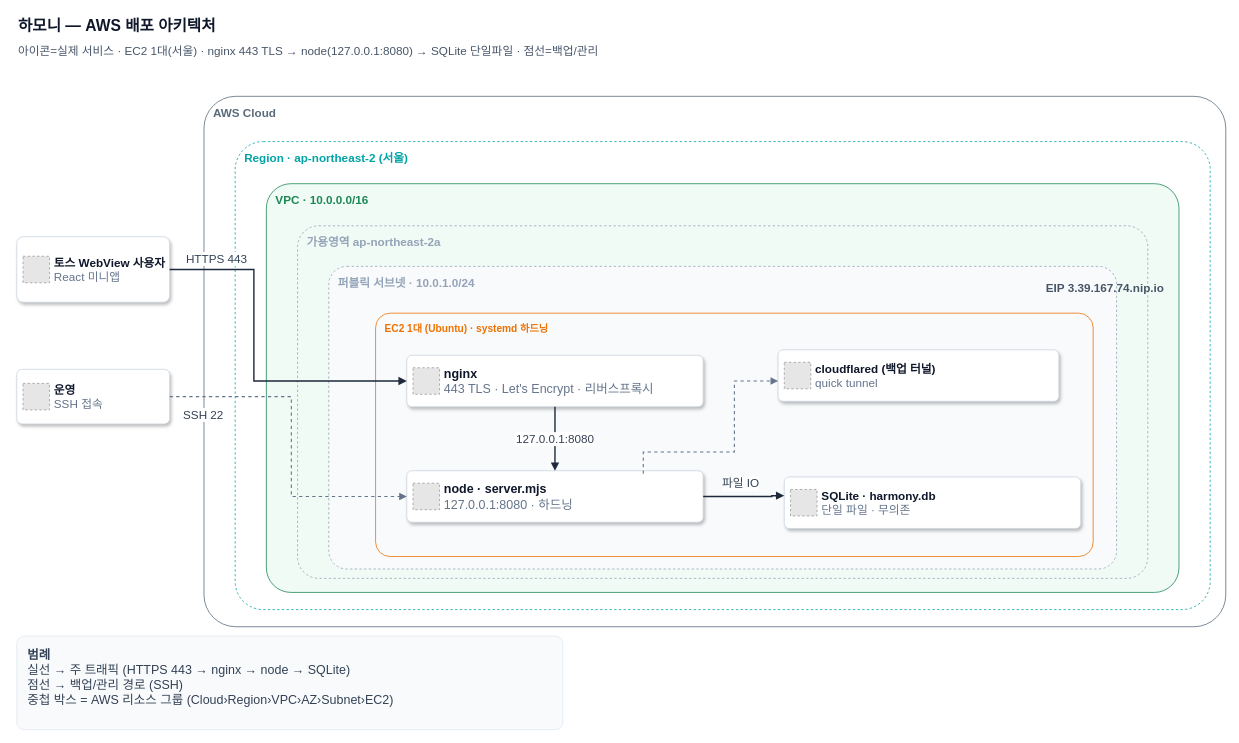
Appintos-Harmony/appintoss-meetup keeps this draw.io diagram as 산출물/04_시스템설계/하모니_AWS_배포_아키텍처.drawio. Above is the earlier version. Source tidied: cells renumbered, new cells numbered last; positions are measured from the earlier drawing's top-left corner, leaving out a move shared by most shapes. Both pictures are drawn from the tidied source at 78%, with x=0, y=0 at pixel (16, 13). Pictures stored in the file or linked from it are replaced by grey dashed boxes.
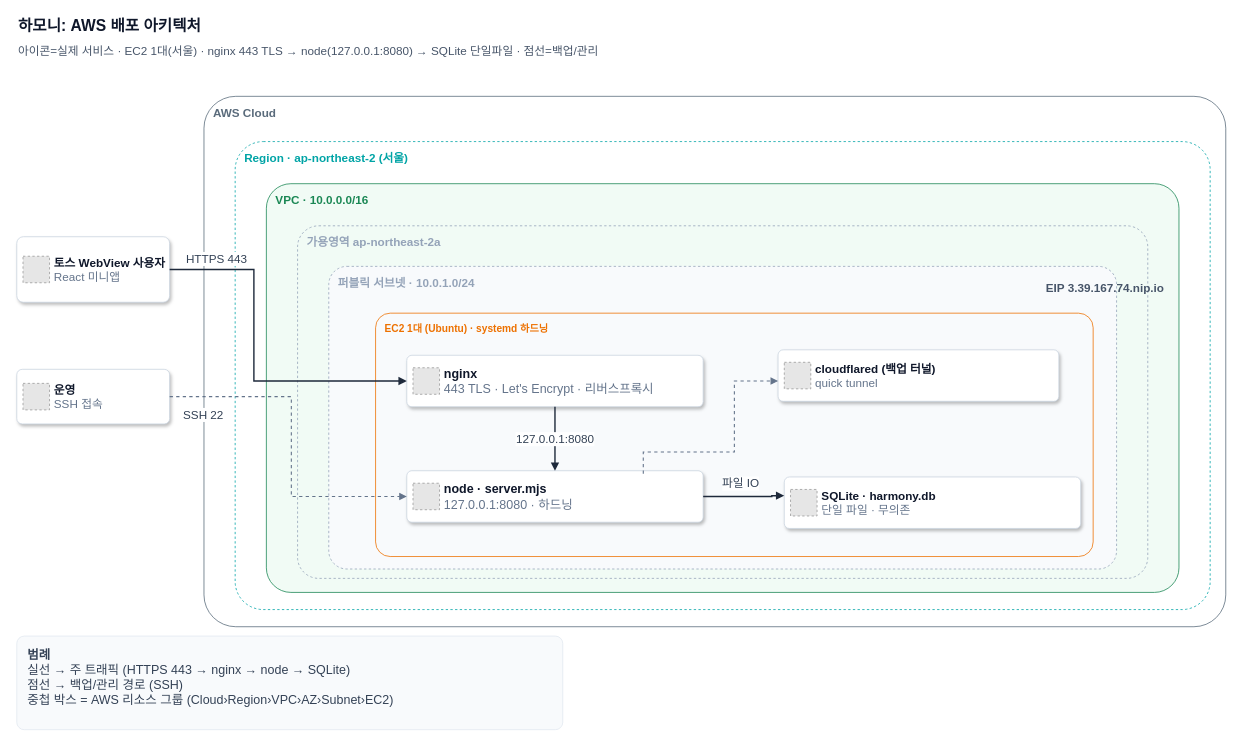
The same page after the edit.

Diff of the diagram source:
```diff
@@
-    <mxCell id="2" value="&lt;b&gt;하모니 — AWS 배포 아키텍처&lt;/b&gt;" style="text;html=1;align=left;verticalAlign=middle;fontColor=#0F172A;fontSize=20;" parent="1" vertex="1">
+    <mxCell id="2" value="&lt;b&gt;하모니: AWS 배포 아키텍처&lt;/b&gt;" style="text;html=1;align=left;verticalAlign=middle;fontColor=#0F172A;fontSize=20;" parent="1" vertex="1">
       <mxGeometry width="1000" height="30" as="geometry" />
     </mxCell>
```
